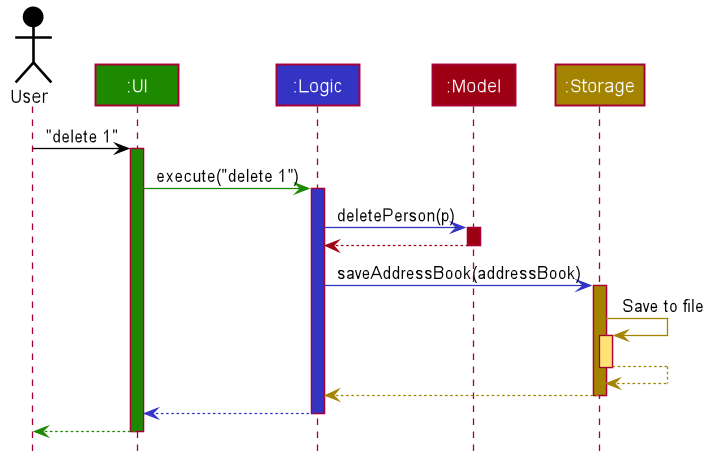
Before: docs/images/ArchitectureSequenceDiagram.png, a diagram exported from PlantUML (nus-cs2103-AY2223S2/tp).
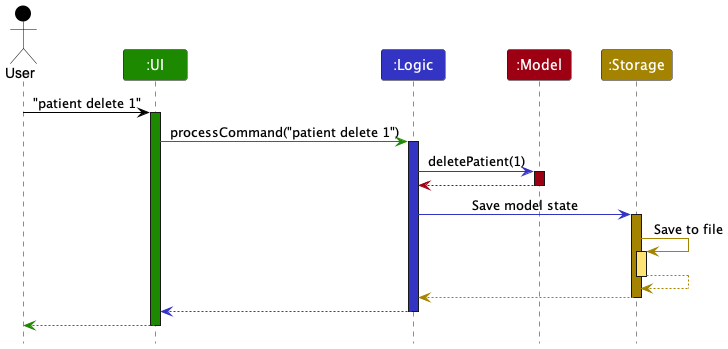
After the change.

Commit message:
Update architecture component

Diff of the diagram source:
```diff
@@ -1,85 +1,38 @@
-@startuml
+@startuml ArchitectureSequenceDiagram
+!include style.puml
 
+Actor User as user USER_COLOR
+Participant ":UI" as ui UI_COLOR
+Participant ":Logic" as logic LOGIC_COLOR
+Participant ":Model" as model MODEL_COLOR
+Participant ":Storage" as storage STORAGE_COLOR
 
+user -[USER_COLOR]> ui : "patient delete 1"
+activate ui UI_COLOR
 
+ui -[UI_COLOR]> logic : processCommand("patient delete 1")
+activate logic LOGIC_COLOR
 
+logic -[LOGIC_COLOR]> model : deletePatient(1)
+activate model MODEL_COLOR
 
-
-
-
-skinparam BackgroundColor #FFFFFFF
-
-skinparam Shadowing false
-
-skinparam Class {
-    FontColor #FFFFFF
-    BorderThickness 1
-    BorderColor #FFFFFF
-    StereotypeFontColor #FFFFFF
-    FontName Arial
-}
-
-skinparam Actor {
-    BorderColor #000000
-    Color #000000
-    FontName Arial
-}
-
-skinparam Sequence {
-    MessageAlign center
-    BoxFontSize 15
-    BoxPadding 0
-    BoxFontColor #FFFFFF
-    FontName Arial
-}
-
-skinparam Participant {
-    FontColor #FFFFFFF
-    Padding 20
-}
-
-skinparam MinClassWidth 50
-skinparam ParticipantPadding 10
-skinparam Shadowing false
-skinparam DefaultTextAlignment center
-skinparam packageStyle Rectangle
-
-hide footbox
-hide members
-hide circle
-
-Actor User as user #000000
-Participant ":UI" as ui #1D8900
-Participant ":Logic" as logic #3333C4
-Participant ":Model" as model #9D0012
-Participant ":Storage" as storage #A38300
-
-user -[#000000]> ui : "delete 1"
-activate ui #1D8900
-
-ui -[#1D8900]> logic : execute("delete 1")
-activate logic #3333C4
-
-logic -[#3333C4]> model : deletePerson(p)
-activate model #9D0012
-
-model -[#9D0012]-> logic
+model -[MODEL_COLOR]-> logic
 deactivate model
 
-logic -[#3333C4]> storage : saveAddressBook(addressBook)
-activate storage #A38300
+logic -[LOGIC_COLOR]> storage : Save model state
+activate storage STORAGE_COLOR
 
-storage -[#A38300]> storage : Save to file
-activate storage #FFE374
-storage --[#A38300]> storage
+storage -[STORAGE_COLOR]> storage : Save to file
+activate storage STORAGE_COLOR_T1
+storage --[STORAGE_COLOR]> storage
 deactivate storage
 
-storage --[#A38300]> logic
+storage --[STORAGE_COLOR]> logic
 deactivate storage
 
-logic --[#3333C4]> ui
+logic --[LOGIC_COLOR]> ui
 deactivate logic
 
-ui--[#1D8900]> user
+ui--[UI_COLOR]> user
 deactivate ui
 @enduml
```
